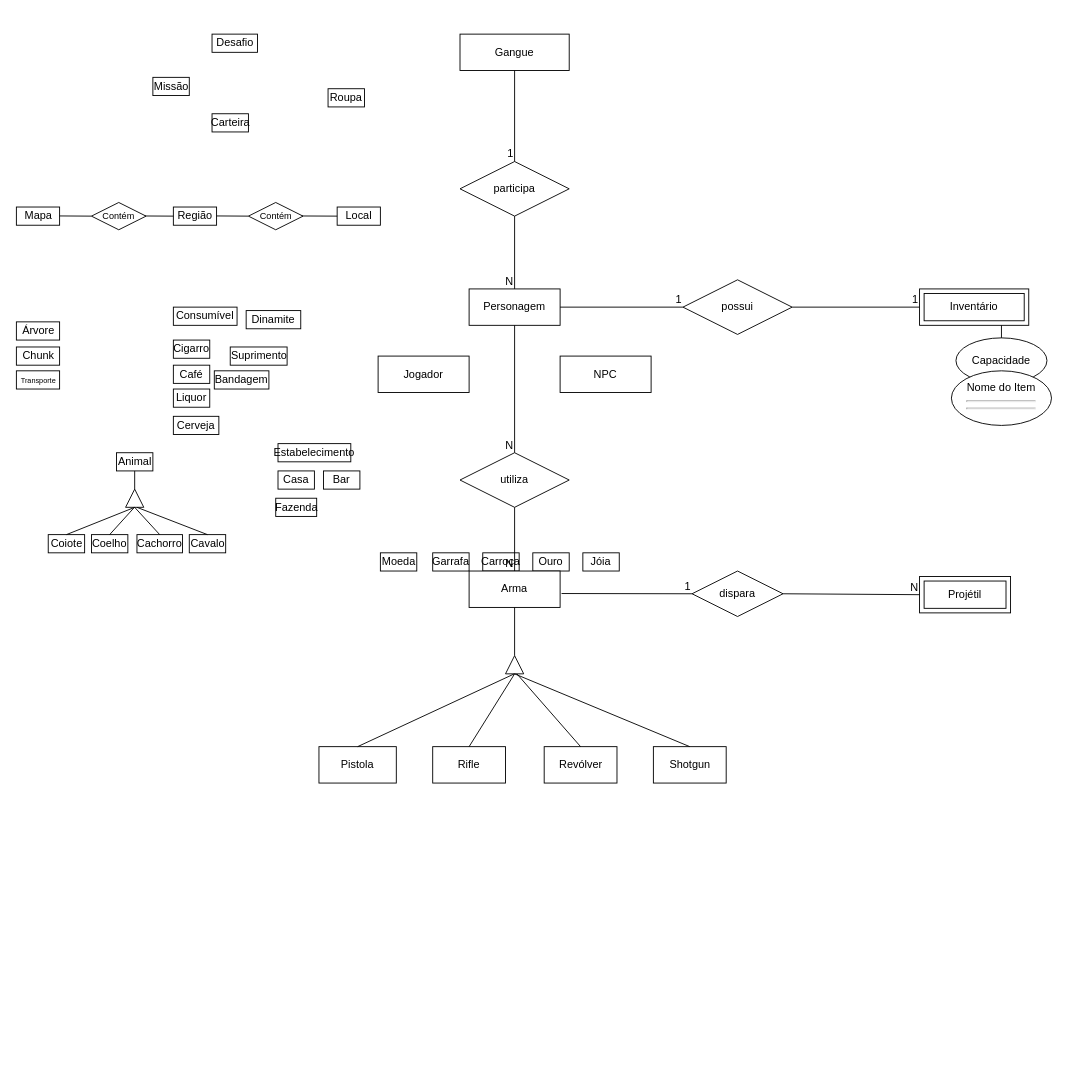
Before: assets/img/Untitled Diagram.drawio in SBD1/2024.1-Red_Dead_Redemption2, a draw.io diagram. Source tidied: cells renumbered, new cells numbered last; positions are measured from the earlier drawing's top-left corner, leaving out a move shared by most shapes. Both pictures are drawn from the tidied source at 91%, with x=0, y=0 at pixel (16, 34).
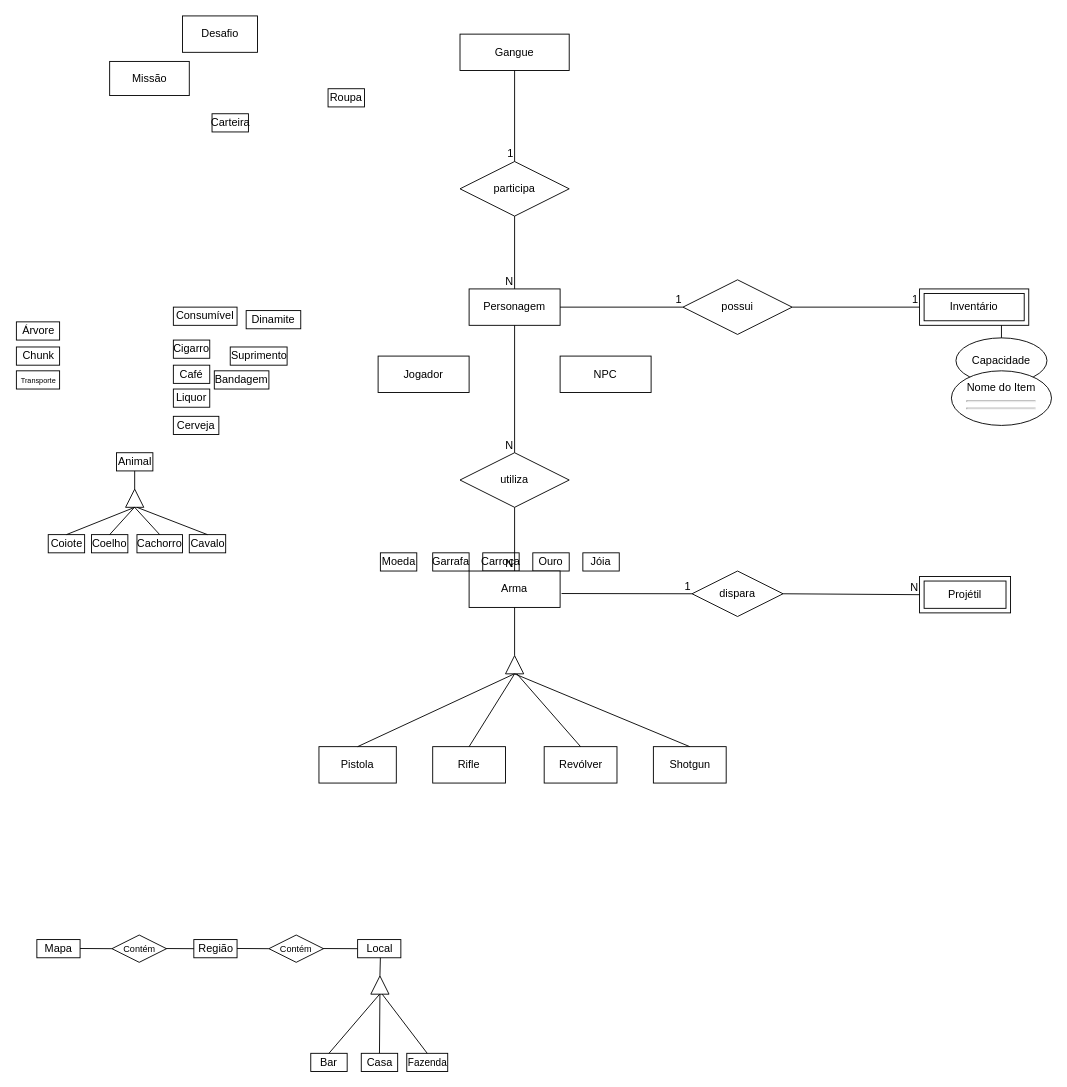
Above is the later version.

The edit, as a diff of the source:
```diff
@@
     <mxCell id="3" value="Bar" style="whiteSpace=wrap;html=1;" parent="1" vertex="1">
-      <mxGeometry x="337" y="480" width="40" height="20" as="geometry" />
+      <mxGeometry x="323" y="1120" width="40" height="20" as="geometry" />
     </mxCell>
@@
     <mxCell id="21" value="Missão" style="whiteSpace=wrap;html=1;" parent="1" vertex="1">
-      <mxGeometry x="149.5" y="47.5" width="40" height="20" as="geometry" />
+      <mxGeometry x="102" y="30" width="87.5" height="37.5" as="geometry" />
     </mxCell>
     <mxCell id="22" value="Desafio" style="whiteSpace=wrap;html=1;" parent="1" vertex="1">
-      <mxGeometry x="214.5" width="50" height="20" as="geometry" />
+      <mxGeometry x="182" y="-20" width="82.5" height="40" as="geometry" />
     </mxCell>
@@
-    <mxCell id="25" value="Estabelecimento" style="whiteSpace=wrap;html=1;" parent="1" vertex="1">
-      <mxGeometry x="287" y="450" width="80" height="20" as="geometry" />
-    </mxCell>
-    <mxCell id="26" value="Casa" style="whiteSpace=wrap;html=1;" parent="1" vertex="1">
-      <mxGeometry x="287" y="480" width="40" height="20" as="geometry" />
-    </mxCell>
-    <mxCell id="27" value="Fazenda" style="whiteSpace=wrap;html=1;" parent="1" vertex="1">
-      <mxGeometry x="284.5" y="510" width="45" height="20" as="geometry" />
+    <mxCell id="27" value="&lt;font style=&quot;font-size: 11px;&quot;&gt;Fazenda&lt;/font&gt;" style="whiteSpace=wrap;html=1;" parent="1" vertex="1">
+      <mxGeometry x="428.5" y="1120" width="45" height="20" as="geometry" />
     </mxCell>
@@
     <mxCell id="35" value="Mapa" style="whiteSpace=wrap;html=1;align=center;" parent="1" vertex="1">
-      <mxGeometry x="-0.5" y="190" width="47.5" height="20" as="geometry" />
+      <mxGeometry x="22" y="995" width="47.5" height="20" as="geometry" />
     </mxCell>
     <mxCell id="36" value="Região" style="whiteSpace=wrap;html=1;align=center;" parent="1" vertex="1">
-      <mxGeometry x="172" y="190" width="47.5" height="20" as="geometry" />
+      <mxGeometry x="194.5" y="995" width="47.5" height="20" as="geometry" />
     </mxCell>
@@
     <mxCell id="40" value="Local" style="whiteSpace=wrap;html=1;align=center;" parent="1" vertex="1">
-      <mxGeometry x="352" y="190" width="47.5" height="20" as="geometry" />
+      <mxGeometry x="374.5" y="995" width="47.5" height="20" as="geometry" />
     </mxCell>
@@
     <mxCell id="48" style="endArrow=none;html=1;rounded=0;entryX=0;entryY=0.5;entryDx=0;entryDy=0;" parent="1" edge="1">
       <mxGeometry relative="1" as="geometry">
-        <mxPoint x="47" y="199.8" as="sourcePoint" />
-        <mxPoint x="82" y="200" as="targetPoint" />
+        <mxPoint x="69.5" y="1004.8" as="sourcePoint" />
+        <mxPoint x="104.5" y="1005" as="targetPoint" />
       </mxGeometry>
     </mxCell>
@@
     <mxCell id="50" style="endArrow=none;html=1;rounded=0;" parent="1" edge="1">
       <mxGeometry relative="1" as="geometry">
-        <mxPoint x="132" y="199.8" as="sourcePoint" />
-        <mxPoint x="172" y="200" as="targetPoint" />
+        <mxPoint x="154.5" y="1004.8" as="sourcePoint" />
+        <mxPoint x="194.5" y="1005" as="targetPoint" />
       </mxGeometry>
     </mxCell>
@@
     <mxCell id="52" value="&lt;font style=&quot;font-size: 10px;&quot;&gt;Contém&lt;/font&gt;" style="shape=rhombus;perimeter=rhombusPerimeter;whiteSpace=wrap;html=1;align=center;" parent="1" vertex="1">
-      <mxGeometry x="82" y="185" width="60" height="30" as="geometry" />
+      <mxGeometry x="104.5" y="990" width="60" height="30" as="geometry" />
     </mxCell>
@@
     <mxCell id="58" style="endArrow=none;html=1;rounded=0;entryX=0;entryY=0.5;entryDx=0;entryDy=0;" parent="1" edge="1">
       <mxGeometry relative="1" as="geometry">
-        <mxPoint x="219.5" y="199.8" as="sourcePoint" />
-        <mxPoint x="254.5" y="200" as="targetPoint" />
+        <mxPoint x="242" y="1004.8" as="sourcePoint" />
+        <mxPoint x="277" y="1005" as="targetPoint" />
       </mxGeometry>
     </mxCell>
@@
     <mxCell id="63" style="endArrow=none;html=1;rounded=0;entryX=0;entryY=0.5;entryDx=0;entryDy=0;" parent="1" edge="1" target="40">
       <mxGeometry relative="1" as="geometry">
-        <mxPoint x="304.5" y="199.8" as="sourcePoint" />
+        <mxPoint x="327" y="1004.8" as="sourcePoint" />
       </mxGeometry>
     </mxCell>
@@
     <mxCell id="65" value="&lt;font style=&quot;font-size: 10px;&quot;&gt;Contém&lt;/font&gt;" style="shape=rhombus;perimeter=rhombusPerimeter;whiteSpace=wrap;html=1;align=center;" parent="1" vertex="1">
-      <mxGeometry x="254.5" y="185" width="60" height="30" as="geometry" />
+      <mxGeometry x="277" y="990" width="60" height="30" as="geometry" />
     </mxCell>
@@
+    <mxCell id="86" style="triangle;whiteSpace=wrap;html=1;direction=north;" parent="1" vertex="1">
+      <mxGeometry x="389" y="1035" width="20" height="20" as="geometry" />
+    </mxCell>
@@
+    <mxCell id="87" style="endArrow=none;html=1;rounded=0;entryX=0.5;entryY=1;entryDx=0;entryDy=0;exitX=1;exitY=0.5;exitDx=0;exitDy=0;" parent="1" edge="1" source="86">
+      <mxGeometry relative="1" as="geometry">
+        <mxPoint x="399.5" y="1015" as="targetPoint" />
+      </mxGeometry>
+    </mxCell>
@@
+    <mxCell id="88" style="endArrow=none;html=1;rounded=0;entryX=0.5;entryY=1;entryDx=0;entryDy=0;exitX=0.5;exitY=0;exitDx=0;exitDy=0;" parent="1" edge="1" source="3">
+      <mxGeometry relative="1" as="geometry">
+        <mxPoint x="398.7" y="1055" as="targetPoint" />
+      </mxGeometry>
+    </mxCell>
@@
+    <mxCell id="89" style="endArrow=none;html=1;rounded=0;entryX=0;entryY=0.5;entryDx=0;entryDy=0;exitX=0.5;exitY=0;exitDx=0;exitDy=0;" parent="1" edge="1" source="26" target="86">
+      <mxGeometry relative="1" as="geometry" />
+    </mxCell>
+    <mxCell id="90" style="endArrow=none;html=1;rounded=0;exitX=0.5;exitY=0;exitDx=0;exitDy=0;" parent="1" edge="1" source="27">
+      <mxGeometry relative="1" as="geometry">
+        <mxPoint x="401.5" y="1055" as="targetPoint" />
+      </mxGeometry>
+    </mxCell>
+    <mxCell id="26" value="Casa" style="whiteSpace=wrap;html=1;" parent="1" vertex="1">
+      <mxGeometry x="378.5" y="1120" width="40" height="20" as="geometry" />
+    </mxCell>
```
